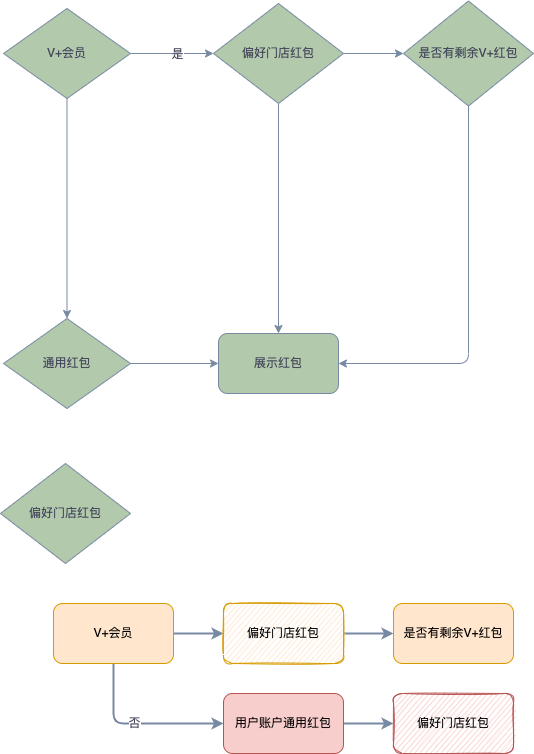
Above: 天降红包.png in 845642761/diagram (draw.io), before the change. Source tidied: cells renumbered, new cells last; positions are measured from the earlier drawing's top-left corner, leaving out a move shared by most shapes.
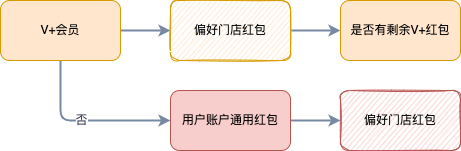
The same diagram one commit later.

Commit message:
更新天降红包.png

Change to the diagram source:
```diff
@@ -2,47 +2,6 @@
   <root>
     <mxCell id="0" />
     <mxCell id="1" parent="0" />
-    <mxCell id="2" style="edgeStyle=orthogonalEdgeStyle;curved=0;rounded=1;sketch=0;jettySize=auto;html=1;fontColor=#46495D;strokeColor=#788AA3;fillColor=#B2C9AB;" parent="1" edge="1" source="5" target="9">
-      <mxGeometry relative="1" as="geometry" />
-    </mxCell>
-    <mxCell id="3" value="是" style="edgeLabel;html=1;align=center;verticalAlign=middle;fontColor=#46495D;" parent="2" vertex="1">
-      <mxGeometry x="0.32" relative="1" as="geometry">
-        <mxPoint x="-9" as="offset" />
-      </mxGeometry>
-    </mxCell>
-    <mxCell id="4" style="edgeStyle=orthogonalEdgeStyle;curved=0;rounded=1;sketch=0;jettySize=auto;html=1;fontColor=#46495D;strokeColor=#788AA3;fillColor=#B2C9AB;" parent="1" edge="1" source="5" target="13">
-      <mxGeometry relative="1" as="geometry" />
-    </mxCell>
-    <mxCell id="5" value="V+会员" style="rhombus;whiteSpace=wrap;html=1;rounded=0;sketch=0;fontColor=#46495D;strokeColor=#788AA3;fillColor=#B2C9AB;" parent="1" vertex="1">
-      <mxGeometry x="3" y="7" width="127" height="90" as="geometry" />
-    </mxCell>
-    <mxCell id="6" value="展示红包" style="rounded=1;whiteSpace=wrap;html=1;sketch=0;fontColor=#46495D;strokeColor=#788AA3;fillColor=#B2C9AB;" parent="1" vertex="1">
-      <mxGeometry x="218" y="332" width="120" height="60" as="geometry" />
-    </mxCell>
-    <mxCell id="7" style="edgeStyle=orthogonalEdgeStyle;curved=0;rounded=1;sketch=0;jettySize=auto;html=1;fontColor=#46495D;strokeColor=#788AA3;fillColor=#B2C9AB;" parent="1" edge="1" source="9" target="11">
-      <mxGeometry relative="1" as="geometry" />
-    </mxCell>
-    <mxCell id="8" style="edgeStyle=orthogonalEdgeStyle;curved=0;rounded=1;sketch=0;jettySize=auto;html=1;fontColor=#46495D;strokeColor=#788AA3;fillColor=#B2C9AB;" parent="1" edge="1" source="9" target="6">
-      <mxGeometry relative="1" as="geometry" />
-    </mxCell>
-    <mxCell id="9" value="偏好门店红包" style="rhombus;whiteSpace=wrap;html=1;fillColor=#B2C9AB;strokeColor=#788AA3;fontColor=#46495D;rounded=0;sketch=0;" parent="1" vertex="1">
-      <mxGeometry x="213" y="2" width="130" height="100" as="geometry" />
-    </mxCell>
-    <mxCell id="10" style="edgeStyle=orthogonalEdgeStyle;curved=0;rounded=1;sketch=0;jettySize=auto;html=1;entryX=1;entryY=0.5;entryDx=0;entryDy=0;fontColor=#46495D;strokeColor=#788AA3;fillColor=#B2C9AB;exitX=0.5;exitY=1;exitDx=0;exitDy=0;" parent="1" edge="1" source="11" target="6">
-      <mxGeometry relative="1" as="geometry" />
-    </mxCell>
-    <mxCell id="11" value="是否有剩余V+红包" style="rhombus;whiteSpace=wrap;html=1;fillColor=#B2C9AB;strokeColor=#788AA3;fontColor=#46495D;rounded=0;sketch=0;" parent="1" vertex="1">
-      <mxGeometry x="403" y="-0.5" width="130" height="105" as="geometry" />
-    </mxCell>
-    <mxCell id="12" style="edgeStyle=orthogonalEdgeStyle;curved=0;rounded=1;sketch=0;jettySize=auto;html=1;entryX=0;entryY=0.5;entryDx=0;entryDy=0;fontColor=#46495D;strokeColor=#788AA3;fillColor=#B2C9AB;" parent="1" edge="1" source="13" target="6">
-      <mxGeometry relative="1" as="geometry" />
-    </mxCell>
-    <mxCell id="13" value="通用红包" style="rhombus;whiteSpace=wrap;html=1;rounded=0;sketch=0;fontColor=#46495D;strokeColor=#788AA3;fillColor=#B2C9AB;" parent="1" vertex="1">
-      <mxGeometry x="3" y="317" width="127" height="90" as="geometry" />
-    </mxCell>
-    <mxCell id="14" value="偏好门店红包" style="rhombus;whiteSpace=wrap;html=1;fillColor=#B2C9AB;strokeColor=#788AA3;fontColor=#46495D;rounded=0;sketch=0;" parent="1" vertex="1">
-      <mxGeometry y="462" width="130" height="100" as="geometry" />
-    </mxCell>
     <mxCell id="15" style="edgeStyle=orthogonalEdgeStyle;curved=0;rounded=1;sketch=0;jettySize=auto;html=1;fontColor=#46495D;strokeColor=#788AA3;fillColor=#B2C9AB;strokeWidth=2;" parent="1" edge="1" source="18" target="20">
       <mxGeometry relative="1" as="geometry" />
     </mxCell>
```
